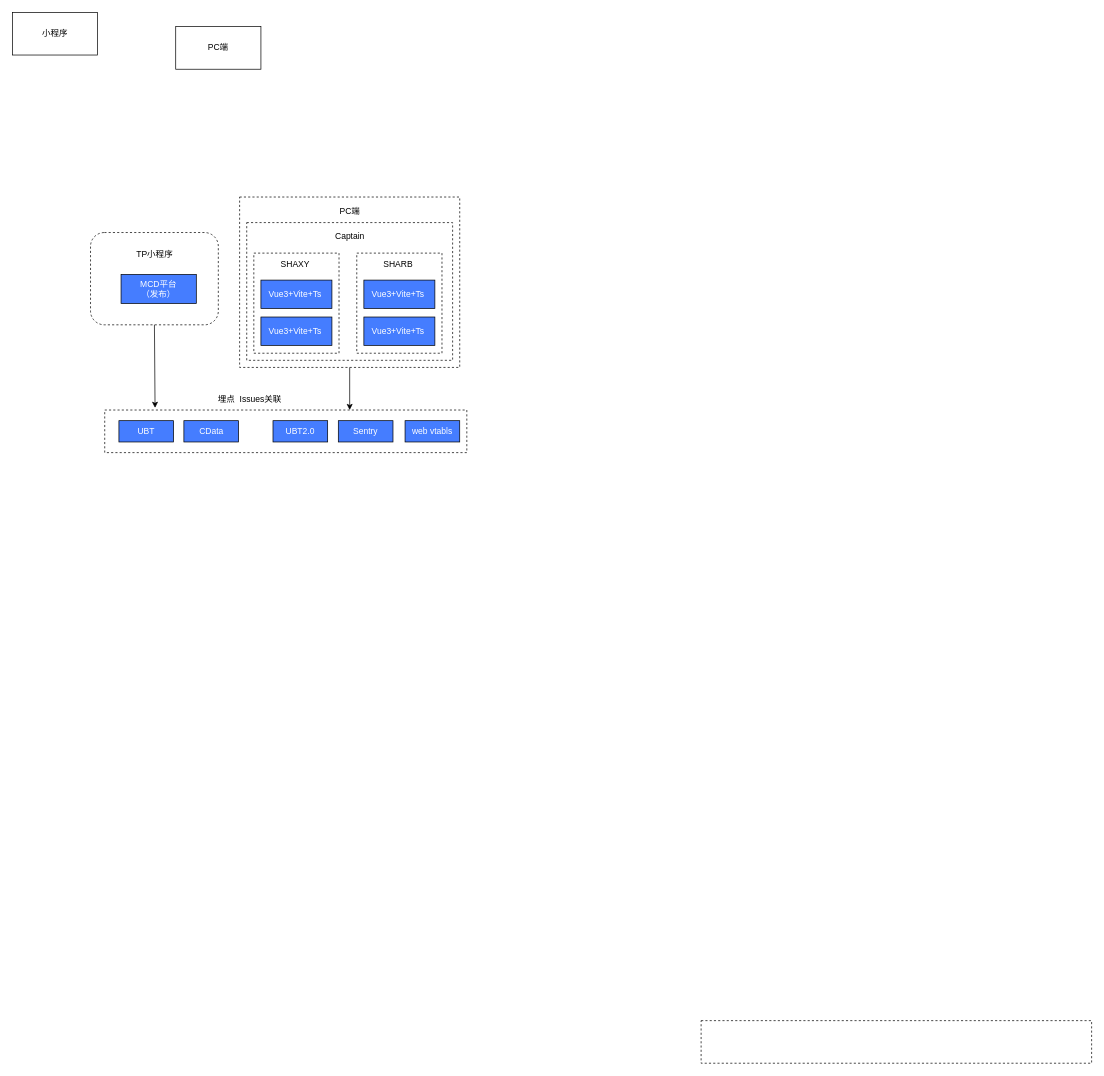
The draw.io diagram 未命名绘图.drawio in heaquan/xmind, before the edit. Source tidied: cells renumbered, new cells numbered last; positions are measured from the earlier drawing's top-left corner, leaving out a move shared by most shapes. Both pictures are drawn from the tidied source at 71%, with x=0, y=0 at pixel (12, 12).
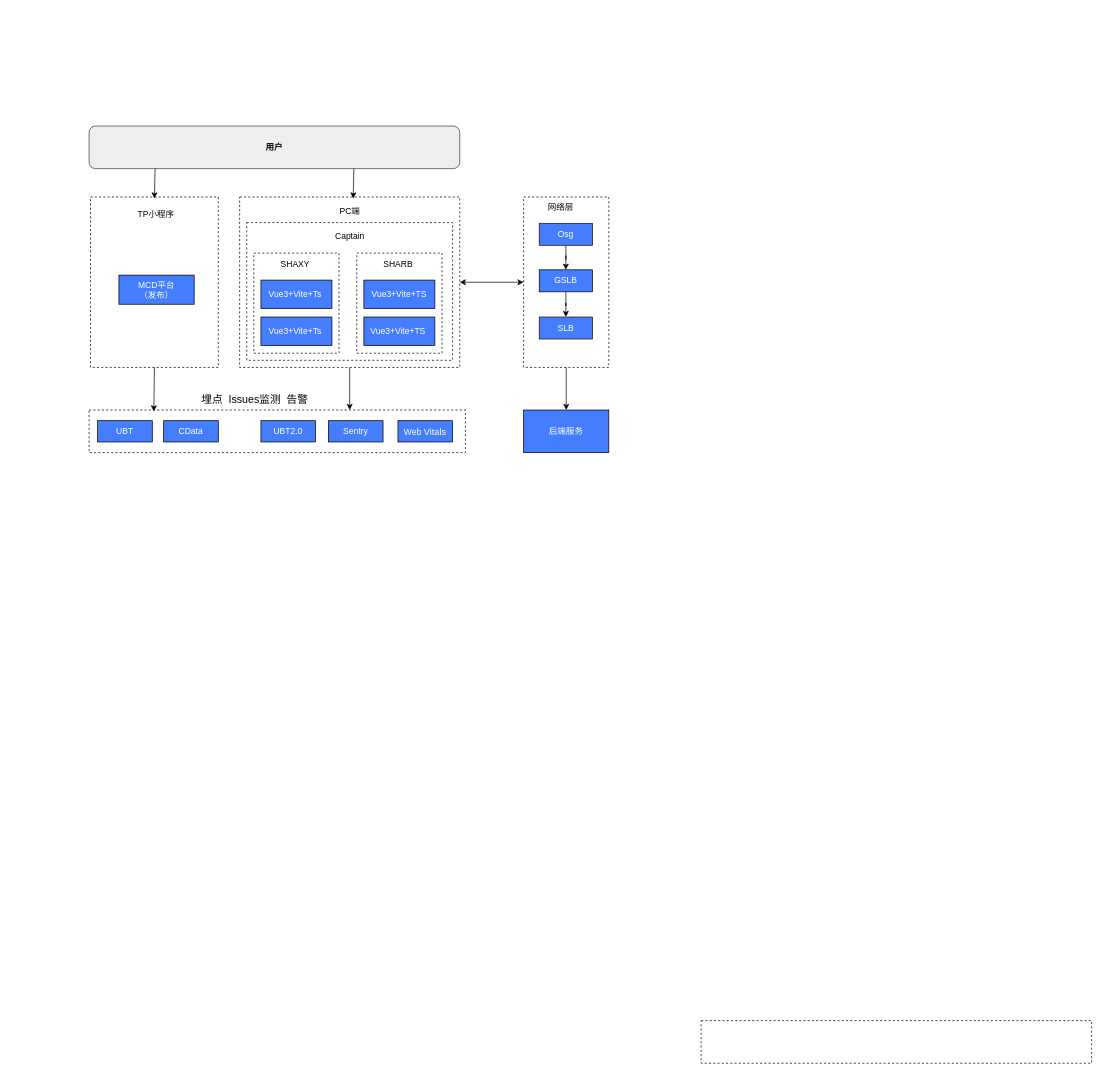
The same diagram, later.

Unchanged cells that the change refers to:
```xml
<mxCell id="7" style="rounded=0;whiteSpace=wrap;html=1;dashed=1;fillColor=none;" parent="1" vertex="1">
  <mxGeometry x="320" y="260" width="310" height="240" as="geometry" />
</mxCell>
```

What changed in the source:
```diff
@@
-    <mxCell id="2" value="小程序" style="rounded=0;whiteSpace=wrap;html=1;" parent="1" vertex="1">
-      <mxGeometry width="120" height="60" as="geometry" />
-    </mxCell>
-    <mxCell id="3" value="PC端" style="rounded=0;whiteSpace=wrap;html=1;" parent="1" vertex="1">
-      <mxGeometry x="230" y="20" width="120" height="60" as="geometry" />
-    </mxCell>
-    <mxCell id="4" style="rounded=1;whiteSpace=wrap;html=1;dashed=1;fillColor=none;" parent="1" vertex="1">
-      <mxGeometry x="110" y="310" width="180" height="130" as="geometry" />
+    <mxCell id="4" style="rounded=0;whiteSpace=wrap;html=1;dashed=1;fillColor=none;" parent="1" vertex="1">
+      <mxGeometry x="110" y="260" width="180" height="240" as="geometry" />
     </mxCell>
     <mxCell id="5" value="&lt;font color=&quot;#ffffff&quot;&gt;MCD平台&lt;br&gt;（发布）&lt;br&gt;&lt;/font&gt;" style="rounded=0;whiteSpace=wrap;html=1;fillColor=#457DFF;" parent="1" vertex="1">
-      <mxGeometry x="153" y="369" width="106" height="41" as="geometry" />
+      <mxGeometry x="150" y="370" width="106" height="41" as="geometry" />
     </mxCell>
     <mxCell id="6" value="TP小程序" style="text;html=1;align=center;verticalAlign=middle;strokeColor=none;fillColor=none;" parent="1" vertex="1">
-      <mxGeometry x="160" y="326" width="80" height="30" as="geometry" />
+      <mxGeometry x="161.5" y="270" width="80" height="30" as="geometry" />
     </mxCell>
@@
-    <mxCell id="17" value="&lt;font color=&quot;#ffffff&quot;&gt;Vue3+Vite+Ts&amp;nbsp;&lt;/font&gt;" style="rounded=0;whiteSpace=wrap;html=1;fillColor=#457DFF;" parent="1" vertex="1">
+    <mxCell id="17" value="&lt;font color=&quot;#ffffff&quot;&gt;Vue3+Vite+TS&lt;/font&gt;" style="rounded=0;whiteSpace=wrap;html=1;fillColor=#457DFF;" parent="1" vertex="1">
       <mxGeometry x="495" y="377" width="100" height="40" as="geometry" />
     </mxCell>
-    <mxCell id="18" value="&lt;font color=&quot;#ffffff&quot;&gt;Vue3+Vite+Ts&amp;nbsp;&lt;/font&gt;" style="rounded=0;whiteSpace=wrap;html=1;fillColor=#457DFF;" parent="1" vertex="1">
+    <mxCell id="18" value="&lt;font color=&quot;#ffffff&quot;&gt;Vue3+Vite+TS&amp;nbsp;&lt;/font&gt;" style="rounded=0;whiteSpace=wrap;html=1;fillColor=#457DFF;" parent="1" vertex="1">
       <mxGeometry x="495" y="429" width="100" height="40" as="geometry" />
     </mxCell>
@@
-    <mxCell id="20" style="endArrow=classic;html=1;rounded=0;exitX=0.5;exitY=1;exitDx=0;exitDy=0;entryX=0.139;entryY=-0.05;entryDx=0;entryDy=0;entryPerimeter=0;" parent="1" edge="1" source="4" target="21">
+    <mxCell id="20" style="endArrow=classic;html=1;rounded=0;exitX=0.5;exitY=1;exitDx=0;exitDy=0;entryX=0.172;entryY=0.033;entryDx=0;entryDy=0;entryPerimeter=0;" parent="1" edge="1" source="4" target="21">
       <mxGeometry relative="1" as="geometry" />
     </mxCell>
     <mxCell id="21" style="rounded=0;whiteSpace=wrap;html=1;fillColor=none;dashed=1;" parent="1" vertex="1">
-      <mxGeometry x="130" y="560" width="510" height="60" as="geometry" />
+      <mxGeometry x="108" y="560" width="530" height="60" as="geometry" />
     </mxCell>
@@
-    <mxCell id="23" value="埋点&amp;nbsp; Issues关联" style="text;html=1;align=center;verticalAlign=middle;strokeColor=none;fillColor=none;" parent="1" vertex="1">
-      <mxGeometry x="269" y="530" width="130" height="30" as="geometry" />
+    <mxCell id="23" value="埋点&amp;nbsp; Issues监测&amp;nbsp; 告警" style="text;html=1;align=center;verticalAlign=middle;strokeColor=none;fillColor=none;fontSize=15;" parent="1" vertex="1">
+      <mxGeometry x="256" y="530" width="170" height="30" as="geometry" />
     </mxCell>
     <mxCell id="24" value="UBT" style="rounded=0;whiteSpace=wrap;html=1;fillColor=#457DFF;fontColor=#FFFFFF;" parent="1" vertex="1">
-      <mxGeometry x="150" y="575" width="77" height="30" as="geometry" />
+      <mxGeometry x="120" y="575" width="77" height="30" as="geometry" />
     </mxCell>
     <mxCell id="25" value="CData" style="rounded=0;whiteSpace=wrap;html=1;fillColor=#457DFF;fontColor=#FFFFFF;" parent="1" vertex="1">
-      <mxGeometry x="241.5" y="575" width="77" height="30" as="geometry" />
+      <mxGeometry x="213" y="575" width="77" height="30" as="geometry" />
     </mxCell>
     <mxCell id="26" value="UBT2.0" style="rounded=0;whiteSpace=wrap;html=1;fillColor=#457DFF;fontColor=#FFFFFF;" parent="1" vertex="1">
-      <mxGeometry x="367" y="575" width="77" height="30" as="geometry" />
+      <mxGeometry x="350" y="575" width="77" height="30" as="geometry" />
     </mxCell>
     <mxCell id="27" value="Sentry" style="rounded=0;whiteSpace=wrap;html=1;fillColor=#457DFF;fontColor=#FFFFFF;" parent="1" vertex="1">
-      <mxGeometry x="459" y="575" width="77" height="30" as="geometry" />
+      <mxGeometry x="445" y="575" width="77" height="30" as="geometry" />
     </mxCell>
-    <mxCell id="28" value="web vtabls" style="rounded=0;whiteSpace=wrap;html=1;fillColor=#457DFF;fontColor=#FFFFFF;" parent="1" vertex="1">
-      <mxGeometry x="553" y="575" width="77" height="30" as="geometry" />
+    <mxCell id="28" value="Web&lt;span style=&quot;font-family: Arial, sans-serif; font-size: 13px; text-align: start;&quot;&gt;&amp;nbsp;Vitals&lt;/span&gt;" style="rounded=0;whiteSpace=wrap;html=1;fillColor=#457DFF;fontColor=#FFFFFF;" parent="1" vertex="1">
+      <mxGeometry x="543" y="575" width="77" height="30" as="geometry" />
     </mxCell>
+    <mxCell id="29" style="edgeStyle=orthogonalEdgeStyle;rounded=0;jettySize=auto;html=1;" parent="1" edge="1" source="30" target="38">
+      <mxGeometry relative="1" as="geometry" />
+    </mxCell>
+    <mxCell id="30" style="rounded=0;whiteSpace=wrap;html=1;dashed=1;fillColor=none;" parent="1" vertex="1">
+      <mxGeometry x="720" y="260" width="120" height="240" as="geometry" />
+    </mxCell>
+    <mxCell id="31" value="网络层" style="text;html=1;align=center;verticalAlign=middle;strokeColor=none;fillColor=none;" parent="1" vertex="1">
+      <mxGeometry x="737" y="260" width="70" height="30" as="geometry" />
+    </mxCell>
+    <mxCell id="32" style="edgeStyle=orthogonalEdgeStyle;rounded=0;jettySize=auto;html=1;" parent="1" edge="1" source="33" target="35">
+      <mxGeometry relative="1" as="geometry" />
+    </mxCell>
+    <mxCell id="33" value="&lt;font color=&quot;#ffffff&quot;&gt;Osg&lt;/font&gt;" style="rounded=0;whiteSpace=wrap;html=1;strokeColor=#330000;fillColor=#457DFF;" parent="1" vertex="1">
+      <mxGeometry x="742" y="297" width="75" height="31" as="geometry" />
+    </mxCell>
+    <mxCell id="34" style="edgeStyle=orthogonalEdgeStyle;rounded=0;jettySize=auto;html=1;" parent="1" edge="1" source="35" target="36">
+      <mxGeometry relative="1" as="geometry" />
+    </mxCell>
+    <mxCell id="35" value="&lt;font color=&quot;#ffffff&quot;&gt;GSLB&lt;/font&gt;" style="whiteSpace=wrap;html=1;rounded=0;fillColor=#457DFF;" parent="1" vertex="1">
+      <mxGeometry x="742" y="362.5" width="75" height="31" as="geometry" />
+    </mxCell>
+    <mxCell id="36" value="SLB" style="whiteSpace=wrap;html=1;rounded=0;fillColor=#457DFF;strokeColor=#330000;fontColor=#FFFFFF;" parent="1" vertex="1">
+      <mxGeometry x="742" y="429" width="75" height="31" as="geometry" />
+    </mxCell>
+    <mxCell id="37" style="endArrow=classic;startArrow=classic;html=1;rounded=0;entryX=0;entryY=0.5;entryDx=0;entryDy=0;exitX=1;exitY=0.5;exitDx=0;exitDy=0;" parent="1" edge="1" source="7" target="30">
+      <mxGeometry relative="1" as="geometry" />
+    </mxCell>
+    <mxCell id="38" value="&lt;font color=&quot;#ffffff&quot;&gt;后端服务&lt;/font&gt;" style="rounded=0;whiteSpace=wrap;html=1;fillColor=#457DFF;" parent="1" vertex="1">
+      <mxGeometry x="720" y="560" width="120" height="60" as="geometry" />
+    </mxCell>
+    <mxCell id="39" value="&lt;b&gt;用户&lt;/b&gt;" style="rounded=1;whiteSpace=wrap;html=1;fillColor=#eeeeee;strokeColor=#36393d;" parent="1" vertex="1">
+      <mxGeometry x="108" y="160" width="522" height="60" as="geometry" />
+    </mxCell>
+    <mxCell id="40" style="endArrow=classic;html=1;rounded=0;entryX=0.5;entryY=0;entryDx=0;entryDy=0;exitX=0.178;exitY=0.967;exitDx=0;exitDy=0;exitPerimeter=0;" parent="1" edge="1">
+      <mxGeometry relative="1" as="geometry">
+        <mxPoint x="200.9" y="220" as="sourcePoint" />
+        <mxPoint x="200" y="262" as="targetPoint" />
+      </mxGeometry>
+    </mxCell>
+    <mxCell id="41" style="endArrow=classic;html=1;rounded=0;entryX=0.5;entryY=0;entryDx=0;entryDy=0;exitX=0.178;exitY=0.967;exitDx=0;exitDy=0;exitPerimeter=0;" parent="1" edge="1">
+      <mxGeometry relative="1" as="geometry">
+        <mxPoint x="480.9" y="220" as="sourcePoint" />
+        <mxPoint x="480" y="262" as="targetPoint" />
+      </mxGeometry>
+    </mxCell>
```
